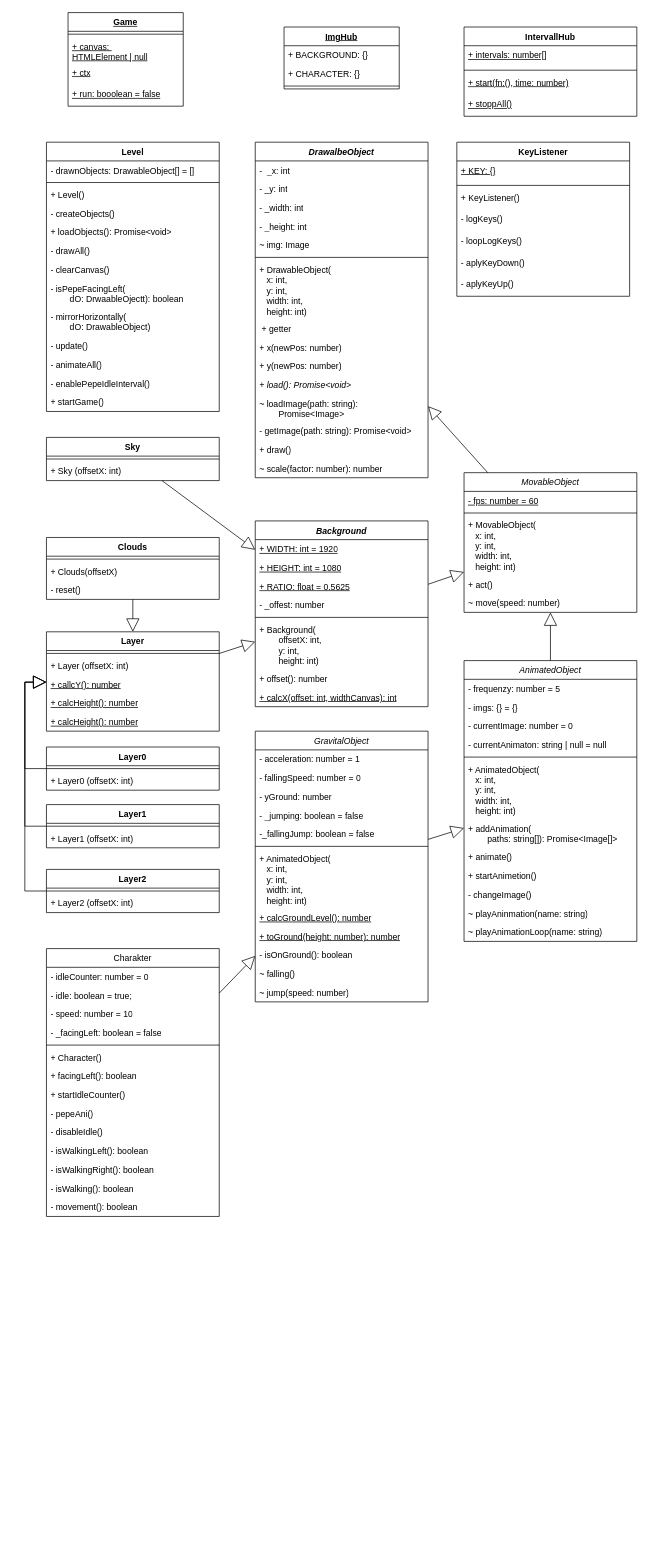
Earlier version of the draw.io diagram docs/classes.drawio (elma1989/el-pollo-loco). Source tidied: cells renumbered, new cells numbered last; positions are measured from the earlier drawing's top-left corner, leaving out a move shared by most shapes. Both pictures are drawn from the tidied source at 72%, with x=0, y=0 at pixel (24, 12).
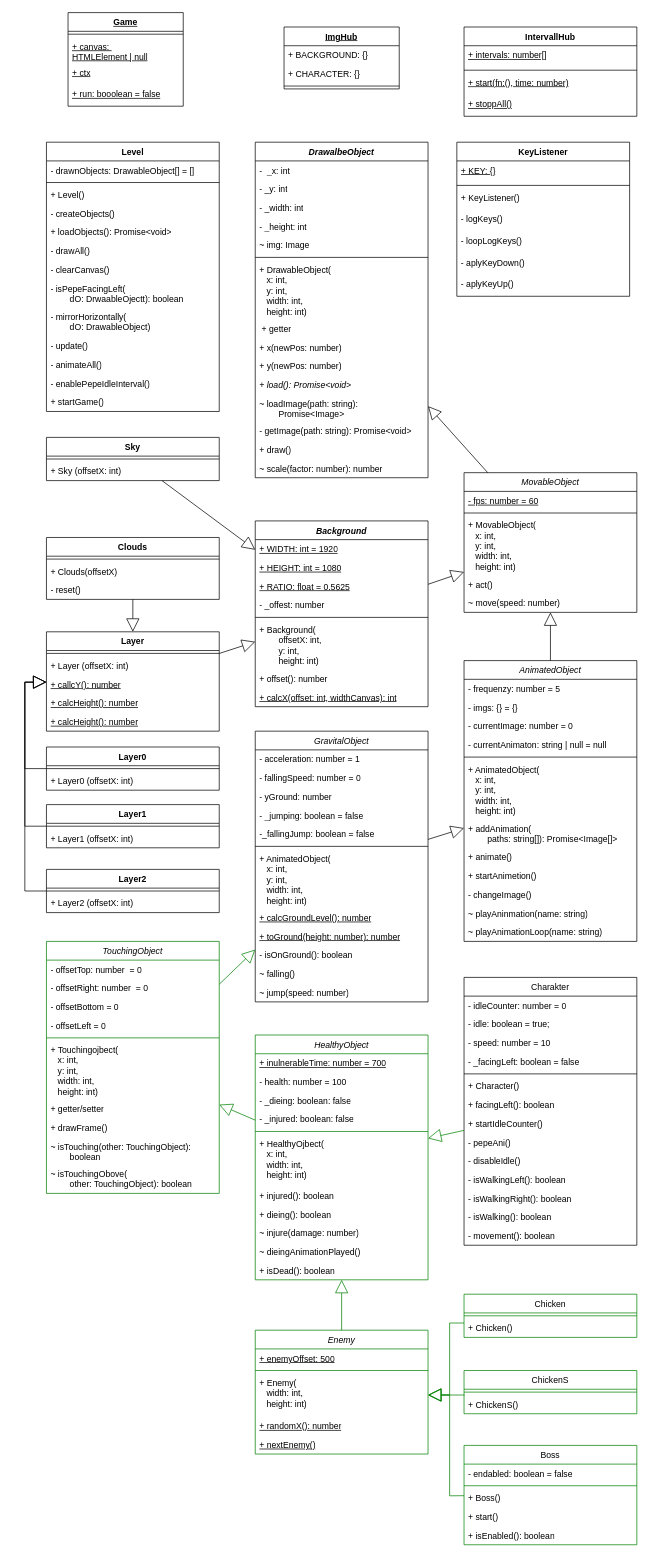
The same page after the edit.

Commit message (it also covers changes not shown here):
doc: Update classes.drawio - Added class TouchingObject (#54)

doc: Updated class.drawio - Added HealthyObject

doc: Updated classes.drawio - Added enemy-classes

chore: Updaded classes.svg

Unchanged cells that the change refers to:
```xml
<mxCell id="129" value="GravitalObject" style="swimlane;align=center;verticalAlign=top;horizontal=1;startSize=26;whiteSpace=wrap;html=1;strokeColor=default;fontStyle=2;fontColor=default;" parent="1" vertex="1">
  <mxGeometry x="320" y="998" width="240" height="376" as="geometry" />
</mxCell>
```

The edit, as a diff of the source:
```diff
@@
     <mxCell id="113" value="Charakter" style="swimlane;align=center;verticalAlign=top;horizontal=1;startSize=26;whiteSpace=wrap;html=1;strokeColor=default;fontStyle=0;" parent="1" vertex="1">
-      <mxGeometry x="30" y="1300" width="240" height="372" as="geometry" />
+      <mxGeometry x="610" y="1340" width="240" height="372" as="geometry" />
     </mxCell>
@@
-    <mxCell id="143" style="endArrow=block;endSize=16;endFill=0;html=1;rounded=0;strokeColor=default;" parent="1" edge="1" source="113" target="129">
+    <mxCell id="143" style="endArrow=block;endSize=16;endFill=0;html=1;rounded=0;strokeColor=light-dark(#008000,#80FF80);" parent="1" edge="1" source="113" target="156">
       <mxGeometry relative="1" as="geometry" />
     </mxCell>
+    <mxCell id="144" value="TouchingObject" style="swimlane;align=center;verticalAlign=top;horizontal=1;startSize=26;whiteSpace=wrap;html=1;strokeColor=light-dark(#008000,#80FF80);fontStyle=2;fontColor=default;" parent="1" vertex="1">
+      <mxGeometry x="30" y="1290" width="240" height="350" as="geometry" />
+    </mxCell>
+    <mxCell id="145" value="- offsetTop: number&amp;nbsp; = 0" style="text;strokeColor=none;fillColor=none;align=left;verticalAlign=top;spacingLeft=4;spacingRight=4;overflow=hidden;whiteSpace=wrap;html=1;fontStyle=0;" parent="144" vertex="1">
+      <mxGeometry y="26" width="240" height="26" as="geometry" />
+    </mxCell>
+    <mxCell id="146" value="- offsetRight: number&amp;nbsp; = 0" style="text;strokeColor=none;fillColor=none;align=left;verticalAlign=top;spacingLeft=4;spacingRight=4;overflow=hidden;whiteSpace=wrap;html=1;fontStyle=0;" parent="144" vertex="1">
+      <mxGeometry y="52" width="240" height="26" as="geometry" />
+    </mxCell>
+    <mxCell id="147" value="- offsetBottom = 0" style="text;strokeColor=none;fillColor=none;align=left;verticalAlign=top;spacingLeft=4;spacingRight=4;overflow=hidden;whiteSpace=wrap;html=1;fontStyle=0;" parent="144" vertex="1">
+      <mxGeometry y="78" width="240" height="26" as="geometry" />
+    </mxCell>
+    <mxCell id="148" value="- offsetLeft = 0" style="text;strokeColor=none;fillColor=none;align=left;verticalAlign=top;spacingLeft=4;spacingRight=4;overflow=hidden;whiteSpace=wrap;html=1;fontStyle=0;" parent="144" vertex="1">
+      <mxGeometry y="104" width="240" height="26" as="geometry" />
+    </mxCell>
+    <mxCell id="149" style="line;strokeWidth=1;fillColor=none;align=left;verticalAlign=middle;spacingTop=-1;spacingLeft=3;spacingRight=3;labelPosition=right;strokeColor=inherit;" parent="144" vertex="1">
+      <mxGeometry y="130" width="240" height="8" as="geometry" />
+    </mxCell>
+    <mxCell id="150" value="+ Touchingojbect(&lt;div&gt;&amp;nbsp; &amp;nbsp;x: int,&lt;/div&gt;&lt;div&gt;&amp;nbsp; &amp;nbsp;y: int,&lt;/div&gt;&lt;div&gt;&amp;nbsp; &amp;nbsp;width: int,&lt;/div&gt;&lt;div&gt;&amp;nbsp; &amp;nbsp;height: int)&lt;/div&gt;" style="text;strokeColor=none;fillColor=none;align=left;verticalAlign=top;spacingLeft=4;spacingRight=4;overflow=hidden;whiteSpace=wrap;html=1;" parent="144" vertex="1">
+      <mxGeometry y="138" width="240" height="82" as="geometry" />
+    </mxCell>
+    <mxCell id="151" value="+ getter/setter" style="text;strokeColor=none;fillColor=none;align=left;verticalAlign=top;spacingLeft=4;spacingRight=4;overflow=hidden;whiteSpace=wrap;html=1;fontStyle=0;" parent="144" vertex="1">
+      <mxGeometry y="220" width="240" height="26" as="geometry" />
+    </mxCell>
+    <mxCell id="152" value="+ drawFrame()" style="text;strokeColor=none;fillColor=none;align=left;verticalAlign=top;spacingLeft=4;spacingRight=4;overflow=hidden;whiteSpace=wrap;html=1;fontStyle=0;" parent="144" vertex="1">
+      <mxGeometry y="246" width="240" height="26" as="geometry" />
+    </mxCell>
+    <mxCell id="153" value="~ isTouching(other: TouchingObject): &lt;span style=&quot;white-space: pre;&quot;&gt;&#9;&lt;/span&gt;boolean" style="text;strokeColor=none;fillColor=none;align=left;verticalAlign=top;spacingLeft=4;spacingRight=4;overflow=hidden;whiteSpace=wrap;html=1;fontStyle=0;" parent="144" vertex="1">
+      <mxGeometry y="272" width="240" height="38" as="geometry" />
+    </mxCell>
+    <mxCell id="154" value="~ isTouchingObove(&lt;div&gt;&lt;span style=&quot;white-space: pre;&quot;&gt;&#9;&lt;/span&gt;other: TouchingObject): boolean&lt;br&gt;&lt;/div&gt;" style="text;strokeColor=none;fillColor=none;align=left;verticalAlign=top;spacingLeft=4;spacingRight=4;overflow=hidden;whiteSpace=wrap;html=1;fontStyle=0;" parent="144" vertex="1">
+      <mxGeometry y="310" width="240" height="40" as="geometry" />
+    </mxCell>
+    <mxCell id="155" style="endArrow=block;endSize=16;endFill=0;html=1;rounded=0;strokeColor=light-dark(#008000,#80FF80);" parent="1" edge="1" source="144" target="129">
+      <mxGeometry relative="1" as="geometry" />
+    </mxCell>
+    <mxCell id="156" value="HealthyObject" style="swimlane;align=center;verticalAlign=top;horizontal=1;startSize=26;whiteSpace=wrap;html=1;strokeColor=light-dark(#008000,#80FF80);fontStyle=2;fontColor=default;" parent="1" vertex="1">
+      <mxGeometry x="320" y="1420" width="240" height="340" as="geometry" />
+    </mxCell>
+    <mxCell id="157" value="+ inulnerableTime: number = 700" style="text;strokeColor=none;fillColor=none;align=left;verticalAlign=top;spacingLeft=4;spacingRight=4;overflow=hidden;whiteSpace=wrap;html=1;fontStyle=4;" parent="156" vertex="1">
+      <mxGeometry y="26" width="240" height="26" as="geometry" />
+    </mxCell>
+    <mxCell id="158" value="- health: number = 100" style="text;strokeColor=none;fillColor=none;align=left;verticalAlign=top;spacingLeft=4;spacingRight=4;overflow=hidden;whiteSpace=wrap;html=1;fontStyle=0;" parent="156" vertex="1">
+      <mxGeometry y="52" width="240" height="26" as="geometry" />
+    </mxCell>
+    <mxCell id="159" value="- _dieing: boolean: false" style="text;strokeColor=none;fillColor=none;align=left;verticalAlign=top;spacingLeft=4;spacingRight=4;overflow=hidden;whiteSpace=wrap;html=1;fontStyle=0;" parent="156" vertex="1">
+      <mxGeometry y="78" width="240" height="26" as="geometry" />
+    </mxCell>
+    <mxCell id="160" value="- _injured: boolean: false" style="text;strokeColor=none;fillColor=none;align=left;verticalAlign=top;spacingLeft=4;spacingRight=4;overflow=hidden;whiteSpace=wrap;html=1;fontStyle=0;" parent="156" vertex="1">
+      <mxGeometry y="104" width="240" height="26" as="geometry" />
+    </mxCell>
+    <mxCell id="161" style="line;strokeWidth=1;fillColor=none;align=left;verticalAlign=middle;spacingTop=-1;spacingLeft=3;spacingRight=3;labelPosition=right;strokeColor=inherit;" parent="156" vertex="1">
+      <mxGeometry y="130" width="240" height="8" as="geometry" />
+    </mxCell>
+    <mxCell id="162" value="+ HealthyOjbect(&lt;div&gt;&amp;nbsp; &amp;nbsp;x: int,&lt;/div&gt;&lt;div&gt;&lt;span style=&quot;background-color: transparent; color: light-dark(rgb(0, 0, 0), rgb(255, 255, 255));&quot;&gt;&amp;nbsp; &amp;nbsp;width: int,&lt;/span&gt;&lt;/div&gt;&lt;div&gt;&amp;nbsp; &amp;nbsp;height: int)&lt;/div&gt;" style="text;strokeColor=none;fillColor=none;align=left;verticalAlign=top;spacingLeft=4;spacingRight=4;overflow=hidden;whiteSpace=wrap;html=1;" parent="156" vertex="1">
+      <mxGeometry y="138" width="240" height="72" as="geometry" />
+    </mxCell>
+    <mxCell id="163" value="+ injured(): boolean" style="text;strokeColor=none;fillColor=none;align=left;verticalAlign=top;spacingLeft=4;spacingRight=4;overflow=hidden;whiteSpace=wrap;html=1;fontStyle=0;" parent="156" vertex="1">
+      <mxGeometry y="210" width="240" height="26" as="geometry" />
+    </mxCell>
+    <mxCell id="164" value="+ dieing(): boolean" style="text;strokeColor=none;fillColor=none;align=left;verticalAlign=top;spacingLeft=4;spacingRight=4;overflow=hidden;whiteSpace=wrap;html=1;fontStyle=0;" parent="156" vertex="1">
+      <mxGeometry y="236" width="240" height="26" as="geometry" />
+    </mxCell>
+    <mxCell id="165" value="~ injure(damage: number)" style="text;strokeColor=none;fillColor=none;align=left;verticalAlign=top;spacingLeft=4;spacingRight=4;overflow=hidden;whiteSpace=wrap;html=1;fontStyle=0;" parent="156" vertex="1">
+      <mxGeometry y="262" width="240" height="26" as="geometry" />
+    </mxCell>
+    <mxCell id="166" value="~ dieingAnimationPlayed()" style="text;strokeColor=none;fillColor=none;align=left;verticalAlign=top;spacingLeft=4;spacingRight=4;overflow=hidden;whiteSpace=wrap;html=1;fontStyle=0;" parent="156" vertex="1">
+      <mxGeometry y="288" width="240" height="26" as="geometry" />
+    </mxCell>
+    <mxCell id="167" value="+ isDead(): boolean" style="text;strokeColor=none;fillColor=none;align=left;verticalAlign=top;spacingLeft=4;spacingRight=4;overflow=hidden;whiteSpace=wrap;html=1;fontStyle=0;" parent="156" vertex="1">
+      <mxGeometry y="314" width="240" height="26" as="geometry" />
+    </mxCell>
+    <mxCell id="168" style="endArrow=block;endSize=16;endFill=0;html=1;rounded=0;strokeColor=light-dark(#008000,#80FF80);" parent="1" edge="1" source="156" target="144">
+      <mxGeometry relative="1" as="geometry" />
+    </mxCell>
+    <mxCell id="169" value="Enemy" style="swimlane;align=center;verticalAlign=top;horizontal=1;startSize=26;whiteSpace=wrap;html=1;strokeColor=light-dark(#008000,#80FF80);fontStyle=2;fontColor=default;" parent="1" vertex="1">
+      <mxGeometry x="320" y="1830" width="240" height="172" as="geometry" />
+    </mxCell>
+    <mxCell id="170" value="+ enemyOffset: 500" style="text;strokeColor=none;fillColor=none;align=left;verticalAlign=top;spacingLeft=4;spacingRight=4;overflow=hidden;whiteSpace=wrap;html=1;fontStyle=4;" parent="169" vertex="1">
+      <mxGeometry y="26" width="240" height="26" as="geometry" />
+    </mxCell>
+    <mxCell id="171" style="line;strokeWidth=1;fillColor=none;align=left;verticalAlign=middle;spacingTop=-1;spacingLeft=3;spacingRight=3;labelPosition=right;strokeColor=inherit;" parent="169" vertex="1">
+      <mxGeometry y="52" width="240" height="8" as="geometry" />
+    </mxCell>
+    <mxCell id="172" value="+ Enemy(&lt;div&gt;&amp;nbsp; &amp;nbsp;&lt;span style=&quot;background-color: transparent; color: light-dark(rgb(0, 0, 0), rgb(255, 255, 255));&quot;&gt;width: int,&lt;/span&gt;&lt;/div&gt;&lt;div&gt;&amp;nbsp; &amp;nbsp;height: int)&lt;/div&gt;" style="text;strokeColor=none;fillColor=none;align=left;verticalAlign=top;spacingLeft=4;spacingRight=4;overflow=hidden;whiteSpace=wrap;html=1;" parent="169" vertex="1">
+      <mxGeometry y="60" width="240" height="60" as="geometry" />
+    </mxCell>
+    <mxCell id="173" value="+ randomX(): number" style="text;strokeColor=none;fillColor=none;align=left;verticalAlign=top;spacingLeft=4;spacingRight=4;overflow=hidden;whiteSpace=wrap;html=1;fontStyle=4;" parent="169" vertex="1">
+      <mxGeometry y="120" width="240" height="26" as="geometry" />
+    </mxCell>
+    <mxCell id="174" value="+ nextEnemy()" style="text;strokeColor=none;fillColor=none;align=left;verticalAlign=top;spacingLeft=4;spacingRight=4;overflow=hidden;whiteSpace=wrap;html=1;fontStyle=4;" parent="169" vertex="1">
+      <mxGeometry y="146" width="240" height="26" as="geometry" />
+    </mxCell>
+    <mxCell id="175" style="endArrow=block;endSize=16;endFill=0;html=1;rounded=0;strokeColor=light-dark(#008000,#80FF80);" parent="1" edge="1" source="169" target="156">
+      <mxGeometry relative="1" as="geometry" />
+    </mxCell>
+    <mxCell id="176" value="Chicken" style="swimlane;align=center;verticalAlign=top;horizontal=1;startSize=26;whiteSpace=wrap;html=1;strokeColor=light-dark(#008000,#80FF80);fontStyle=0;fontColor=default;" parent="1" vertex="1">
+      <mxGeometry x="610" y="1780" width="240" height="60" as="geometry" />
+    </mxCell>
+    <mxCell id="177" style="line;strokeWidth=1;fillColor=none;align=left;verticalAlign=middle;spacingTop=-1;spacingLeft=3;spacingRight=3;labelPosition=right;strokeColor=inherit;" parent="176" vertex="1">
+      <mxGeometry y="26" width="240" height="8" as="geometry" />
+    </mxCell>
+    <mxCell id="178" value="+ Chicken()" style="text;strokeColor=none;fillColor=none;align=left;verticalAlign=top;spacingLeft=4;spacingRight=4;overflow=hidden;whiteSpace=wrap;html=1;fontStyle=0;" parent="176" vertex="1">
+      <mxGeometry y="34" width="240" height="26" as="geometry" />
+    </mxCell>
+    <mxCell id="179" value="ChickenS" style="swimlane;align=center;verticalAlign=top;horizontal=1;startSize=26;whiteSpace=wrap;html=1;strokeColor=light-dark(#008000,#80FF80);fontStyle=0;fontColor=default;" parent="1" vertex="1">
+      <mxGeometry x="610" y="1886" width="240" height="60" as="geometry" />
+    </mxCell>
+    <mxCell id="180" style="line;strokeWidth=1;fillColor=none;align=left;verticalAlign=middle;spacingTop=-1;spacingLeft=3;spacingRight=3;labelPosition=right;strokeColor=inherit;" parent="179" vertex="1">
+      <mxGeometry y="26" width="240" height="8" as="geometry" />
+    </mxCell>
+    <mxCell id="181" value="+ ChickenS()" style="text;strokeColor=none;fillColor=none;align=left;verticalAlign=top;spacingLeft=4;spacingRight=4;overflow=hidden;whiteSpace=wrap;html=1;fontStyle=0;" parent="179" vertex="1">
+      <mxGeometry y="34" width="240" height="26" as="geometry" />
+    </mxCell>
+    <mxCell id="182" value="Boss" style="swimlane;align=center;verticalAlign=top;horizontal=1;startSize=26;whiteSpace=wrap;html=1;strokeColor=light-dark(#008000,#80FF80);fontStyle=0;fontColor=default;" parent="1" vertex="1">
+      <mxGeometry x="610" y="1990" width="240" height="138" as="geometry" />
+    </mxCell>
+    <mxCell id="183" value="- endabled: boolean = false" style="text;strokeColor=none;fillColor=none;align=left;verticalAlign=top;spacingLeft=4;spacingRight=4;overflow=hidden;whiteSpace=wrap;html=1;fontStyle=0;" parent="182" vertex="1">
+      <mxGeometry y="26" width="240" height="26" as="geometry" />
+    </mxCell>
+    <mxCell id="184" style="line;strokeWidth=1;fillColor=none;align=left;verticalAlign=middle;spacingTop=-1;spacingLeft=3;spacingRight=3;labelPosition=right;strokeColor=inherit;" parent="182" vertex="1">
+      <mxGeometry y="52" width="240" height="8" as="geometry" />
+    </mxCell>
+    <mxCell id="185" value="+ Boss()" style="text;strokeColor=none;fillColor=none;align=left;verticalAlign=top;spacingLeft=4;spacingRight=4;overflow=hidden;whiteSpace=wrap;html=1;fontStyle=0;" parent="182" vertex="1">
+      <mxGeometry y="60" width="240" height="26" as="geometry" />
+    </mxCell>
+    <mxCell id="186" value="+ start()" style="text;strokeColor=none;fillColor=none;align=left;verticalAlign=top;spacingLeft=4;spacingRight=4;overflow=hidden;whiteSpace=wrap;html=1;fontStyle=0;" parent="182" vertex="1">
+      <mxGeometry y="86" width="240" height="26" as="geometry" />
+    </mxCell>
+    <mxCell id="187" value="+ isEnabled(): boolean" style="text;strokeColor=none;fillColor=none;align=left;verticalAlign=top;spacingLeft=4;spacingRight=4;overflow=hidden;whiteSpace=wrap;html=1;fontStyle=0;" parent="182" vertex="1">
+      <mxGeometry y="112" width="240" height="26" as="geometry" />
+    </mxCell>
+    <mxCell id="188" style="endArrow=block;endSize=16;endFill=0;html=1;rounded=0;strokeColor=light-dark(#008000,#80FF80);exitX=0.003;exitY=0;exitDx=0;exitDy=0;exitPerimeter=0;" parent="1" edge="1">
+      <mxGeometry relative="1" as="geometry">
+        <mxPoint x="610.7" y="1920" as="sourcePoint" />
+        <mxPoint x="560" y="1920" as="targetPoint" />
+      </mxGeometry>
+    </mxCell>
+    <mxCell id="189" style="endArrow=block;endSize=16;endFill=0;html=1;rounded=0;strokeColor=light-dark(#008000,#80FF80);" parent="1" edge="1" source="182">
+      <mxGeometry relative="1" as="geometry">
+        <mxPoint x="560" y="1920" as="targetPoint" />
+        <Array as="points">
+          <mxPoint x="590" y="2060" />
+          <mxPoint x="590" y="1920" />
+        </Array>
+      </mxGeometry>
+    </mxCell>
+    <mxCell id="190" style="endArrow=block;endSize=16;endFill=0;html=1;rounded=0;strokeColor=light-dark(#008000,#80FF80);" parent="1" edge="1">
+      <mxGeometry relative="1" as="geometry">
+        <mxPoint x="610" y="1820" as="sourcePoint" />
+        <mxPoint x="560" y="1920" as="targetPoint" />
+        <Array as="points">
+          <mxPoint x="590" y="1820" />
+          <mxPoint x="590" y="1920" />
+        </Array>
+      </mxGeometry>
+    </mxCell>
```
